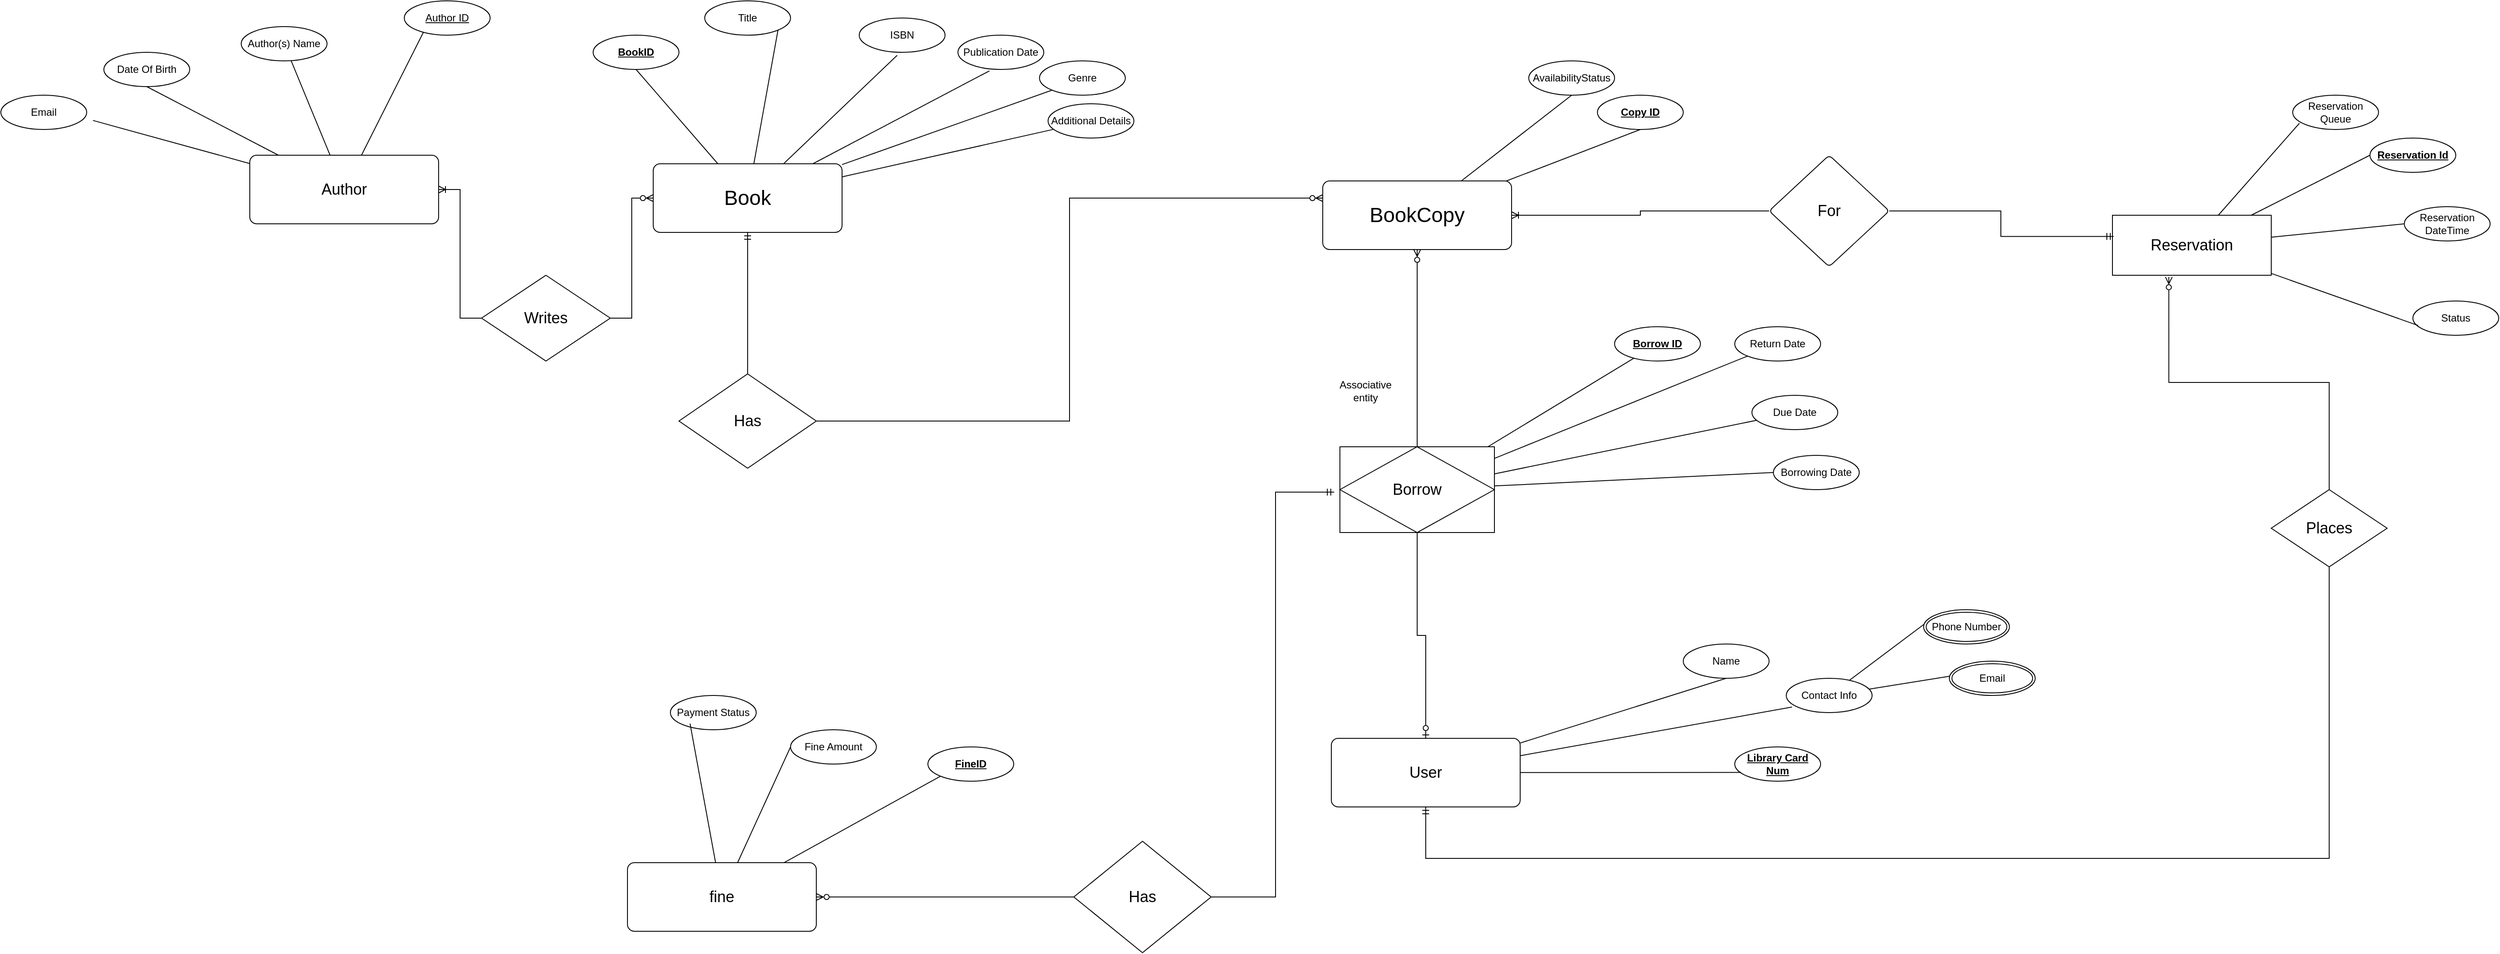
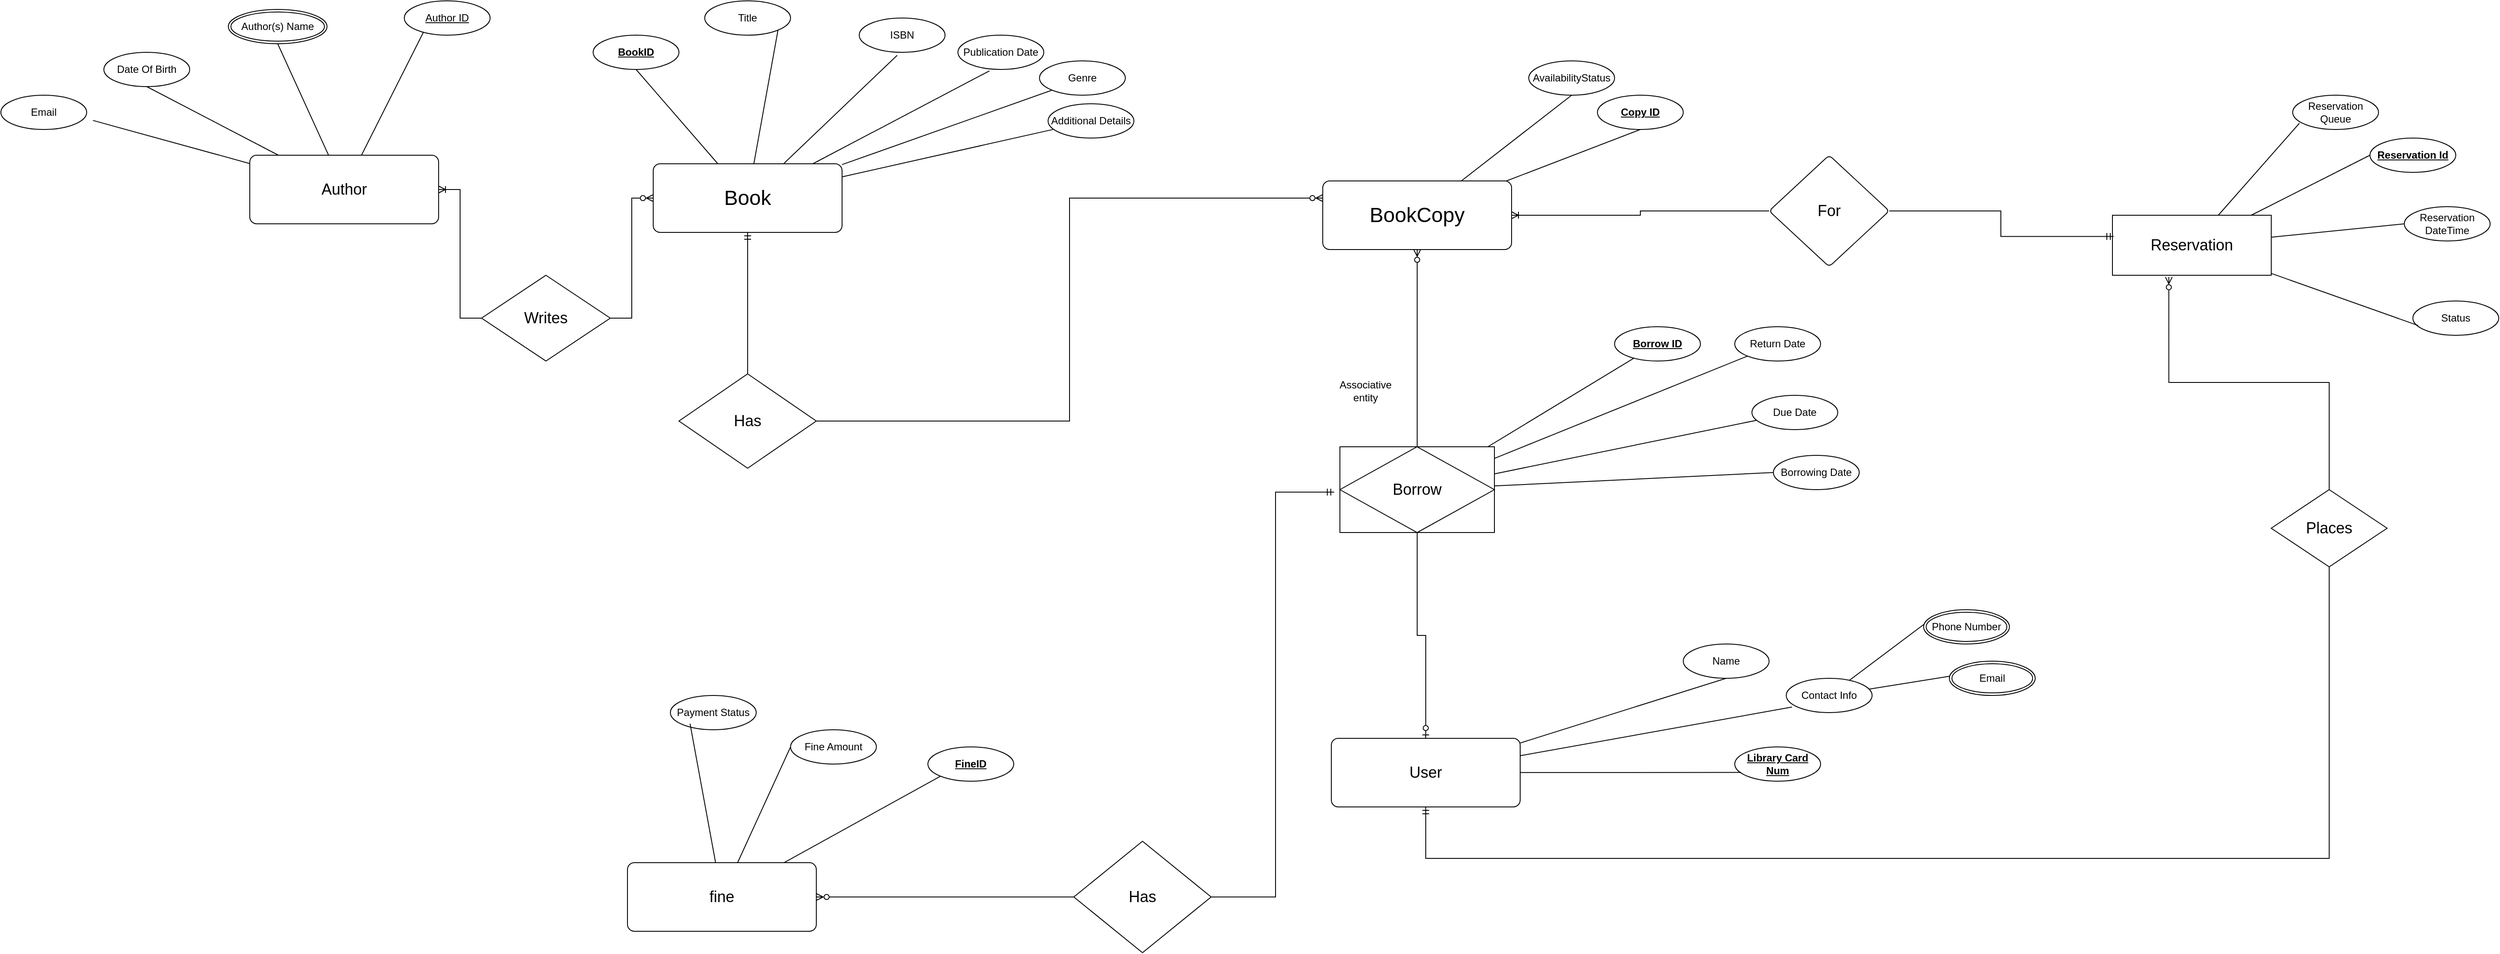
<mxfile host="app.diagrams.net">
  <diagram name="Page-1" id="B9Nwf9ZPLkXmfYra15Gt">
    <mxGraphModel dx="2298" dy="1789" grid="1" gridSize="10" guides="1" tooltips="1" connect="1" arrows="1" fold="1" page="1" pageScale="1" pageWidth="850" pageHeight="1100" math="0" shadow="0">
      <root>
        <mxCell id="0" />
        <mxCell id="1" parent="0" />
        <mxCell id="yqGJgnaFVJ7uCynHO3OM-8" edge="1" parent="1" source="yqGJgnaFVJ7uCynHO3OM-1" style="rounded=0;orthogonalLoop=1;jettySize=auto;html=1;entryX=0.5;entryY=1;entryDx=0;entryDy=0;endArrow=none;endFill=0;" target="yqGJgnaFVJ7uCynHO3OM-7">
          <mxGeometry relative="1" as="geometry" />
        </mxCell>
        <mxCell id="yqGJgnaFVJ7uCynHO3OM-9" edge="1" parent="1" source="yqGJgnaFVJ7uCynHO3OM-1" style="rounded=0;orthogonalLoop=1;jettySize=auto;html=1;entryX=1;entryY=1;entryDx=0;entryDy=0;endArrow=none;endFill=0;" target="yqGJgnaFVJ7uCynHO3OM-6">
          <mxGeometry relative="1" as="geometry" />
        </mxCell>
        <mxCell id="yqGJgnaFVJ7uCynHO3OM-14" edge="1" parent="1" source="yqGJgnaFVJ7uCynHO3OM-1" style="rounded=0;orthogonalLoop=1;jettySize=auto;html=1;entryX=0;entryY=1;entryDx=0;entryDy=0;endArrow=none;endFill=0;" target="yqGJgnaFVJ7uCynHO3OM-5">
          <mxGeometry relative="1" as="geometry" />
        </mxCell>
        <mxCell id="yqGJgnaFVJ7uCynHO3OM-16" edge="1" parent="1" source="yqGJgnaFVJ7uCynHO3OM-1" style="rounded=0;orthogonalLoop=1;jettySize=auto;html=1;endArrow=none;endFill=0;" target="yqGJgnaFVJ7uCynHO3OM-15">
          <mxGeometry relative="1" as="geometry" />
        </mxCell>
        <mxCell id="yqGJgnaFVJ7uCynHO3OM-65" edge="1" parent="1" source="yqGJgnaFVJ7uCynHO3OM-1" style="edgeStyle=orthogonalEdgeStyle;rounded=0;orthogonalLoop=1;jettySize=auto;html=1;startArrow=ERmandOne;startFill=0;endArrow=none;endFill=0;" target="yqGJgnaFVJ7uCynHO3OM-64">
          <mxGeometry relative="1" as="geometry" />
        </mxCell>
        <mxCell id="yqGJgnaFVJ7uCynHO3OM-1" parent="1" style="rounded=1;arcSize=10;whiteSpace=wrap;html=1;align=center;" value="&lt;font style=&quot;font-size: 24px;&quot;&gt;Book&lt;/font&gt;" vertex="1">
          <mxGeometry height="80" width="220" x="-30" y="110" as="geometry" />
        </mxCell>
-         <mxCell id="yqGJgnaFVJ7uCynHO3OM-2" parent="1" style="ellipse;whiteSpace=wrap;html=1;align=center;" value="Author(s) Name" vertex="1">
-           <mxGeometry height="40" width="100" x="-510" y="-50" as="geometry" />
-         </mxCell>
        <mxCell id="yqGJgnaFVJ7uCynHO3OM-3" parent="1" style="ellipse;whiteSpace=wrap;html=1;align=center;" value="ISBN" vertex="1">
          <mxGeometry height="40" width="100" x="210" y="-60" as="geometry" />
        </mxCell>
        <mxCell id="yqGJgnaFVJ7uCynHO3OM-4" parent="1" style="ellipse;whiteSpace=wrap;html=1;align=center;" value="Publication Date" vertex="1">
          <mxGeometry height="40" width="100" x="325" y="-40" as="geometry" />
        </mxCell>
        <mxCell id="yqGJgnaFVJ7uCynHO3OM-5" parent="1" style="ellipse;whiteSpace=wrap;html=1;align=center;" value="Genre" vertex="1">
          <mxGeometry height="40" width="100" x="420" y="-10" as="geometry" />
        </mxCell>
        <mxCell id="yqGJgnaFVJ7uCynHO3OM-6" parent="1" style="ellipse;whiteSpace=wrap;html=1;align=center;" value="Title" vertex="1">
          <mxGeometry height="40" width="100" x="30" y="-80" as="geometry" />
        </mxCell>
        <mxCell id="yqGJgnaFVJ7uCynHO3OM-7" parent="1" style="ellipse;whiteSpace=wrap;html=1;align=center;" value="&lt;b&gt;&lt;u&gt;BookID&lt;/u&gt;&lt;/b&gt;" vertex="1">
          <mxGeometry height="40" width="100" x="-100" y="-40" as="geometry" />
        </mxCell>
        <mxCell id="yqGJgnaFVJ7uCynHO3OM-12" edge="1" parent="1" source="yqGJgnaFVJ7uCynHO3OM-1" style="rounded=0;orthogonalLoop=1;jettySize=auto;html=1;entryX=0.442;entryY=1.088;entryDx=0;entryDy=0;entryPerimeter=0;endArrow=none;endFill=0;" target="yqGJgnaFVJ7uCynHO3OM-3">
          <mxGeometry relative="1" as="geometry" />
        </mxCell>
        <mxCell id="yqGJgnaFVJ7uCynHO3OM-13" edge="1" parent="1" source="yqGJgnaFVJ7uCynHO3OM-1" style="rounded=0;orthogonalLoop=1;jettySize=auto;html=1;entryX=0.367;entryY=1.041;entryDx=0;entryDy=0;entryPerimeter=0;endArrow=none;endFill=0;" target="yqGJgnaFVJ7uCynHO3OM-4">
          <mxGeometry relative="1" as="geometry" />
        </mxCell>
        <mxCell id="yqGJgnaFVJ7uCynHO3OM-15" parent="1" style="ellipse;whiteSpace=wrap;html=1;align=center;" value="&lt;div&gt;Additional Details&lt;/div&gt;" vertex="1">
          <mxGeometry height="40" width="100" x="430" y="40" as="geometry" />
        </mxCell>
        <mxCell id="yqGJgnaFVJ7uCynHO3OM-19" edge="1" parent="1" source="yqGJgnaFVJ7uCynHO3OM-17" style="rounded=0;orthogonalLoop=1;jettySize=auto;html=1;entryX=0.5;entryY=1;entryDx=0;entryDy=0;endArrow=none;endFill=0;" target="yqGJgnaFVJ7uCynHO3OM-18">
          <mxGeometry relative="1" as="geometry" />
        </mxCell>
        <mxCell id="yqGJgnaFVJ7uCynHO3OM-21" edge="1" parent="1" source="yqGJgnaFVJ7uCynHO3OM-17" style="rounded=0;orthogonalLoop=1;jettySize=auto;html=1;entryX=0.5;entryY=1;entryDx=0;entryDy=0;endArrow=none;endFill=0;" target="yqGJgnaFVJ7uCynHO3OM-20">
          <mxGeometry relative="1" as="geometry" />
        </mxCell>
        <mxCell id="yqGJgnaFVJ7uCynHO3OM-77" edge="1" parent="1" source="yqGJgnaFVJ7uCynHO3OM-17" style="edgeStyle=orthogonalEdgeStyle;rounded=0;orthogonalLoop=1;jettySize=auto;html=1;endArrow=none;endFill=0;startArrow=ERoneToMany;startFill=0;" target="yqGJgnaFVJ7uCynHO3OM-76" value="">
          <mxGeometry relative="1" as="geometry" />
        </mxCell>
        <mxCell id="yqGJgnaFVJ7uCynHO3OM-17" parent="1" style="rounded=1;arcSize=10;whiteSpace=wrap;html=1;align=center;" value="&lt;font style=&quot;font-size: 24px;&quot;&gt;BookCopy&lt;/font&gt;" vertex="1">
          <mxGeometry height="80" width="220" x="750" y="130" as="geometry" />
        </mxCell>
        <mxCell id="yqGJgnaFVJ7uCynHO3OM-18" parent="1" style="ellipse;whiteSpace=wrap;html=1;align=center;" value="&lt;u&gt;&lt;b&gt;Copy ID&lt;/b&gt;&lt;/u&gt;" vertex="1">
          <mxGeometry height="40" width="100" x="1070" y="30" as="geometry" />
        </mxCell>
        <mxCell id="yqGJgnaFVJ7uCynHO3OM-20" parent="1" style="ellipse;whiteSpace=wrap;html=1;align=center;" value="&lt;div&gt;AvailabilityStatus &lt;/div&gt;" vertex="1">
          <mxGeometry height="40" width="100" x="990" y="-10" as="geometry" />
        </mxCell>
        <mxCell id="yqGJgnaFVJ7uCynHO3OM-24" edge="1" parent="1" source="yqGJgnaFVJ7uCynHO3OM-22" style="rounded=0;orthogonalLoop=1;jettySize=auto;html=1;entryX=0.5;entryY=1;entryDx=0;entryDy=0;endArrow=none;endFill=0;" target="yqGJgnaFVJ7uCynHO3OM-23">
          <mxGeometry relative="1" as="geometry" />
        </mxCell>
        <mxCell id="yqGJgnaFVJ7uCynHO3OM-62" edge="1" parent="1" source="yqGJgnaFVJ7uCynHO3OM-33" style="edgeStyle=orthogonalEdgeStyle;rounded=0;orthogonalLoop=1;jettySize=auto;html=1;entryX=1;entryY=0.5;entryDx=0;entryDy=0;endArrow=none;endFill=0;startArrow=ERmandOne;startFill=0;exitX=-0.037;exitY=0.529;exitDx=0;exitDy=0;exitPerimeter=0;" target="yqGJgnaFVJ7uCynHO3OM-61">
          <mxGeometry relative="1" as="geometry" />
        </mxCell>
        <mxCell id="yqGJgnaFVJ7uCynHO3OM-90" edge="1" parent="1" source="yqGJgnaFVJ7uCynHO3OM-22" style="edgeStyle=orthogonalEdgeStyle;rounded=0;orthogonalLoop=1;jettySize=auto;html=1;entryX=0.5;entryY=1;entryDx=0;entryDy=0;endArrow=none;endFill=0;startArrow=ERmandOne;startFill=0;" target="yqGJgnaFVJ7uCynHO3OM-89">
          <mxGeometry relative="1" as="geometry">
            <Array as="points">
              <mxPoint x="870" y="920" />
              <mxPoint x="1922.55" y="920" />
            </Array>
          </mxGeometry>
        </mxCell>
        <mxCell id="yqGJgnaFVJ7uCynHO3OM-22" parent="1" style="rounded=1;arcSize=10;whiteSpace=wrap;html=1;align=center;" value="&lt;font style=&quot;font-size: 18px;&quot;&gt;User&lt;/font&gt;" vertex="1">
          <mxGeometry height="80" width="220" x="760" y="780" as="geometry" />
        </mxCell>
        <mxCell id="yqGJgnaFVJ7uCynHO3OM-23" parent="1" style="ellipse;whiteSpace=wrap;html=1;align=center;" value="Name" vertex="1">
          <mxGeometry height="40" width="100" x="1170" y="670" as="geometry" />
        </mxCell>
        <mxCell id="yqGJgnaFVJ7uCynHO3OM-44" edge="1" parent="1" source="yqGJgnaFVJ7uCynHO3OM-26" style="rounded=0;orthogonalLoop=1;jettySize=auto;html=1;endArrow=none;endFill=0;entryX=0.005;entryY=0.425;entryDx=0;entryDy=0;entryPerimeter=0;" target="uUi9bw1wtk8PfAUnjRbH-2" value="">
          <mxGeometry relative="1" as="geometry">
            <mxPoint x="1419.6446614452443" y="658.2676115234988" as="targetPoint" />
          </mxGeometry>
        </mxCell>
        <mxCell id="yqGJgnaFVJ7uCynHO3OM-26" parent="1" style="ellipse;whiteSpace=wrap;html=1;align=center;" value="Contact Info" vertex="1">
          <mxGeometry height="40" width="100" x="1290" y="710" as="geometry" />
        </mxCell>
        <mxCell id="yqGJgnaFVJ7uCynHO3OM-29" edge="1" parent="1" source="yqGJgnaFVJ7uCynHO3OM-22" style="rounded=0;orthogonalLoop=1;jettySize=auto;html=1;entryX=0.067;entryY=0.838;entryDx=0;entryDy=0;entryPerimeter=0;endArrow=none;endFill=0;" target="yqGJgnaFVJ7uCynHO3OM-26">
          <mxGeometry relative="1" as="geometry" />
        </mxCell>
        <mxCell id="yqGJgnaFVJ7uCynHO3OM-30" parent="1" style="ellipse;whiteSpace=wrap;html=1;align=center;" value="&lt;u&gt;&lt;b&gt;Library Card Num&lt;/b&gt;&lt;/u&gt;" vertex="1">
          <mxGeometry height="40" width="100" x="1230" y="790" as="geometry" />
        </mxCell>
        <mxCell id="yqGJgnaFVJ7uCynHO3OM-31" edge="1" parent="1" source="yqGJgnaFVJ7uCynHO3OM-22" style="rounded=0;orthogonalLoop=1;jettySize=auto;html=1;entryX=0.073;entryY=0.744;entryDx=0;entryDy=0;entryPerimeter=0;endArrow=none;endFill=0;" target="yqGJgnaFVJ7uCynHO3OM-30">
          <mxGeometry relative="1" as="geometry" />
        </mxCell>
        <mxCell id="yqGJgnaFVJ7uCynHO3OM-48" edge="1" parent="1" source="yqGJgnaFVJ7uCynHO3OM-33" style="rounded=0;orthogonalLoop=1;jettySize=auto;html=1;endArrow=none;endFill=0;" target="yqGJgnaFVJ7uCynHO3OM-40">
          <mxGeometry relative="1" as="geometry" />
        </mxCell>
        <mxCell id="yqGJgnaFVJ7uCynHO3OM-49" edge="1" parent="1" source="yqGJgnaFVJ7uCynHO3OM-33" style="rounded=0;orthogonalLoop=1;jettySize=auto;html=1;endArrow=none;endFill=0;" target="yqGJgnaFVJ7uCynHO3OM-36">
          <mxGeometry relative="1" as="geometry" />
        </mxCell>
        <mxCell id="uUi9bw1wtk8PfAUnjRbH-9" edge="1" parent="1" source="yqGJgnaFVJ7uCynHO3OM-33" style="rounded=0;orthogonalLoop=1;jettySize=auto;html=1;endArrow=none;endFill=0;" target="uUi9bw1wtk8PfAUnjRbH-8">
          <mxGeometry relative="1" as="geometry" />
        </mxCell>
        <mxCell id="yqGJgnaFVJ7uCynHO3OM-33" parent="1" style="shape=associativeEntity;whiteSpace=wrap;html=1;align=center;" value="&lt;font style=&quot;font-size: 18px;&quot;&gt;Borrow&lt;/font&gt;" vertex="1">
          <mxGeometry height="100" width="180" x="770" y="440" as="geometry" />
        </mxCell>
        <mxCell id="yqGJgnaFVJ7uCynHO3OM-36" parent="1" style="ellipse;whiteSpace=wrap;html=1;align=center;" value="Return Date" vertex="1">
          <mxGeometry height="40" width="100" x="1230" y="300" as="geometry" />
        </mxCell>
        <mxCell id="yqGJgnaFVJ7uCynHO3OM-39" parent="1" style="ellipse;whiteSpace=wrap;html=1;align=center;" value="Borrowing Date" vertex="1">
          <mxGeometry height="40" width="100" x="1275" y="450" as="geometry" />
        </mxCell>
        <mxCell id="yqGJgnaFVJ7uCynHO3OM-40" parent="1" style="ellipse;whiteSpace=wrap;html=1;align=center;" value="Due Date" vertex="1">
          <mxGeometry height="40" width="100" x="1250" y="380" as="geometry" />
        </mxCell>
        <mxCell id="yqGJgnaFVJ7uCynHO3OM-46" edge="1" parent="1" source="yqGJgnaFVJ7uCynHO3OM-26" style="rounded=0;orthogonalLoop=1;jettySize=auto;html=1;entryX=0.063;entryY=0.415;entryDx=0;entryDy=0;entryPerimeter=0;endArrow=none;endFill=0;" target="uUi9bw1wtk8PfAUnjRbH-1">
          <mxGeometry relative="1" as="geometry">
            <mxPoint x="1509.1999999999998" y="696.6399999999999" as="targetPoint" />
          </mxGeometry>
        </mxCell>
        <mxCell id="yqGJgnaFVJ7uCynHO3OM-47" edge="1" parent="1" source="yqGJgnaFVJ7uCynHO3OM-33" style="rounded=0;orthogonalLoop=1;jettySize=auto;html=1;entryX=0;entryY=0.5;entryDx=0;entryDy=0;endArrow=none;endFill=0;" target="yqGJgnaFVJ7uCynHO3OM-39">
          <mxGeometry relative="1" as="geometry" />
        </mxCell>
        <mxCell id="yqGJgnaFVJ7uCynHO3OM-54" edge="1" parent="1" source="yqGJgnaFVJ7uCynHO3OM-50" style="rounded=0;orthogonalLoop=1;jettySize=auto;html=1;entryX=0;entryY=0.5;entryDx=0;entryDy=0;endArrow=none;endFill=0;" target="yqGJgnaFVJ7uCynHO3OM-53">
          <mxGeometry relative="1" as="geometry" />
        </mxCell>
        <mxCell id="yqGJgnaFVJ7uCynHO3OM-87" edge="1" parent="1" source="yqGJgnaFVJ7uCynHO3OM-50" style="rounded=0;orthogonalLoop=1;jettySize=auto;html=1;entryX=0;entryY=1;entryDx=0;entryDy=0;endArrow=none;endFill=0;" target="yqGJgnaFVJ7uCynHO3OM-86">
          <mxGeometry relative="1" as="geometry" />
        </mxCell>
        <mxCell id="yqGJgnaFVJ7uCynHO3OM-50" parent="1" style="rounded=1;arcSize=10;whiteSpace=wrap;html=1;align=center;" value="&lt;font style=&quot;font-size: 18px;&quot;&gt;fine&lt;/font&gt;" vertex="1">
          <mxGeometry height="80" width="220" x="-60" y="925" as="geometry" />
        </mxCell>
        <mxCell id="yqGJgnaFVJ7uCynHO3OM-51" parent="1" style="ellipse;whiteSpace=wrap;html=1;align=center;" value="Payment Status" vertex="1">
          <mxGeometry height="40" width="100" x="-10" y="730" as="geometry" />
        </mxCell>
        <mxCell id="yqGJgnaFVJ7uCynHO3OM-52" edge="1" parent="1" source="yqGJgnaFVJ7uCynHO3OM-50" style="rounded=0;orthogonalLoop=1;jettySize=auto;html=1;entryX=0.229;entryY=0.822;entryDx=0;entryDy=0;entryPerimeter=0;endArrow=none;endFill=0;" target="yqGJgnaFVJ7uCynHO3OM-51">
          <mxGeometry relative="1" as="geometry" />
        </mxCell>
        <mxCell id="yqGJgnaFVJ7uCynHO3OM-53" parent="1" style="ellipse;whiteSpace=wrap;html=1;align=center;" value="Fine Amount" vertex="1">
          <mxGeometry height="40" width="100" x="130" y="770" as="geometry" />
        </mxCell>
        <mxCell id="yqGJgnaFVJ7uCynHO3OM-57" edge="1" parent="1" source="yqGJgnaFVJ7uCynHO3OM-22" style="edgeStyle=orthogonalEdgeStyle;rounded=0;orthogonalLoop=1;jettySize=auto;html=1;entryX=0.5;entryY=1;entryDx=0;entryDy=0;endArrow=none;endFill=0;startArrow=ERzeroToOne;startFill=0;" target="yqGJgnaFVJ7uCynHO3OM-33">
          <mxGeometry relative="1" as="geometry" />
        </mxCell>
        <mxCell id="yqGJgnaFVJ7uCynHO3OM-59" edge="1" parent="1" source="yqGJgnaFVJ7uCynHO3OM-17" style="edgeStyle=orthogonalEdgeStyle;rounded=0;orthogonalLoop=1;jettySize=auto;html=1;entryX=0.5;entryY=0;entryDx=0;entryDy=0;endArrow=none;endFill=0;startArrow=ERzeroToMany;startFill=0;" target="yqGJgnaFVJ7uCynHO3OM-33">
          <mxGeometry relative="1" as="geometry" />
        </mxCell>
        <mxCell id="yqGJgnaFVJ7uCynHO3OM-63" edge="1" parent="1" source="yqGJgnaFVJ7uCynHO3OM-61" style="edgeStyle=orthogonalEdgeStyle;rounded=0;orthogonalLoop=1;jettySize=auto;html=1;entryX=1;entryY=0.5;entryDx=0;entryDy=0;endArrow=ERzeroToMany;endFill=0;startArrow=none;startFill=0;" target="yqGJgnaFVJ7uCynHO3OM-50">
          <mxGeometry relative="1" as="geometry" />
        </mxCell>
        <mxCell id="yqGJgnaFVJ7uCynHO3OM-61" parent="1" style="shape=rhombus;perimeter=rhombusPerimeter;whiteSpace=wrap;html=1;align=center;" value="&lt;font style=&quot;font-size: 18px;&quot;&gt;Has&lt;/font&gt;" vertex="1">
          <mxGeometry height="130" width="160" x="460" y="900" as="geometry" />
        </mxCell>
        <mxCell id="yqGJgnaFVJ7uCynHO3OM-66" edge="1" parent="1" source="yqGJgnaFVJ7uCynHO3OM-64" style="edgeStyle=orthogonalEdgeStyle;rounded=0;orthogonalLoop=1;jettySize=auto;html=1;entryX=0;entryY=0.25;entryDx=0;entryDy=0;endArrow=ERzeroToMany;endFill=0;" target="yqGJgnaFVJ7uCynHO3OM-17">
          <mxGeometry relative="1" as="geometry" />
        </mxCell>
        <mxCell id="yqGJgnaFVJ7uCynHO3OM-64" parent="1" style="shape=rhombus;perimeter=rhombusPerimeter;whiteSpace=wrap;html=1;align=center;" value="&lt;font style=&quot;font-size: 18px;&quot;&gt;Has&lt;/font&gt;" vertex="1">
          <mxGeometry height="110" width="160" y="355" as="geometry" />
        </mxCell>
        <mxCell id="yqGJgnaFVJ7uCynHO3OM-70" edge="1" parent="1" source="yqGJgnaFVJ7uCynHO3OM-68" style="rounded=0;orthogonalLoop=1;jettySize=auto;html=1;entryX=0;entryY=0.5;entryDx=0;entryDy=0;endArrow=none;endFill=0;" target="yqGJgnaFVJ7uCynHO3OM-69">
          <mxGeometry relative="1" as="geometry" />
        </mxCell>
        <mxCell id="yqGJgnaFVJ7uCynHO3OM-68" parent="1" style="whiteSpace=wrap;html=1;" value="&lt;font style=&quot;font-size: 18px;&quot;&gt;Reservation&lt;/font&gt;" vertex="1">
          <mxGeometry height="70" width="185" x="1670" y="170" as="geometry" />
        </mxCell>
        <mxCell id="yqGJgnaFVJ7uCynHO3OM-69" parent="1" style="ellipse;whiteSpace=wrap;html=1;align=center;" value="&lt;b&gt;&lt;u&gt;Reservation Id&lt;/u&gt;&lt;/b&gt;" vertex="1">
          <mxGeometry height="40" width="100" x="1970" y="80" as="geometry" />
        </mxCell>
        <mxCell id="yqGJgnaFVJ7uCynHO3OM-71" parent="1" style="ellipse;whiteSpace=wrap;html=1;align=center;" value="Reservation DateTime" vertex="1">
          <mxGeometry height="40" width="100" x="2010" y="160" as="geometry" />
        </mxCell>
        <mxCell id="yqGJgnaFVJ7uCynHO3OM-72" edge="1" parent="1" source="yqGJgnaFVJ7uCynHO3OM-68" style="rounded=0;orthogonalLoop=1;jettySize=auto;html=1;entryX=0;entryY=0.5;entryDx=0;entryDy=0;endArrow=none;endFill=0;" target="yqGJgnaFVJ7uCynHO3OM-71">
          <mxGeometry relative="1" as="geometry" />
        </mxCell>
        <mxCell id="yqGJgnaFVJ7uCynHO3OM-74" parent="1" style="ellipse;whiteSpace=wrap;html=1;align=center;" value="Status" vertex="1">
          <mxGeometry height="40" width="100" x="2020" y="270" as="geometry" />
        </mxCell>
        <mxCell id="yqGJgnaFVJ7uCynHO3OM-75" edge="1" parent="1" source="yqGJgnaFVJ7uCynHO3OM-68" style="rounded=0;orthogonalLoop=1;jettySize=auto;html=1;entryX=0.061;entryY=0.714;entryDx=0;entryDy=0;entryPerimeter=0;endArrow=none;endFill=0;" target="yqGJgnaFVJ7uCynHO3OM-74">
          <mxGeometry relative="1" as="geometry" />
        </mxCell>
        <mxCell id="yqGJgnaFVJ7uCynHO3OM-76" parent="1" style="rhombus;whiteSpace=wrap;html=1;rounded=1;arcSize=10;" value="&lt;font style=&quot;font-size: 18px;&quot;&gt;For&lt;/font&gt;" vertex="1">
          <mxGeometry height="130" width="140" x="1270" y="100" as="geometry" />
        </mxCell>
        <mxCell id="yqGJgnaFVJ7uCynHO3OM-78" edge="1" parent="1" source="yqGJgnaFVJ7uCynHO3OM-76" style="edgeStyle=orthogonalEdgeStyle;rounded=0;orthogonalLoop=1;jettySize=auto;html=1;entryX=0.008;entryY=0.353;entryDx=0;entryDy=0;entryPerimeter=0;endArrow=ERmandOne;endFill=0;" target="yqGJgnaFVJ7uCynHO3OM-68">
          <mxGeometry relative="1" as="geometry" />
        </mxCell>
-         <mxCell id="yqGJgnaFVJ7uCynHO3OM-80" edge="1" parent="1" source="yqGJgnaFVJ7uCynHO3OM-79" style="rounded=0;orthogonalLoop=1;jettySize=auto;html=1;endArrow=none;endFill=0;" target="yqGJgnaFVJ7uCynHO3OM-2">
-           <mxGeometry relative="1" as="geometry" />
+         <mxCell id="yqGJgnaFVJ7uCynHO3OM-80" edge="1" parent="1" source="yqGJgnaFVJ7uCynHO3OM-79" style="rounded=0;orthogonalLoop=1;jettySize=auto;html=1;endArrow=none;endFill=0;entryX=0.5;entryY=1;entryDx=0;entryDy=0;" target="uUi9bw1wtk8PfAUnjRbH-16">
+           <mxGeometry relative="1" as="geometry">
+             <mxPoint x="-451.8741869893429" y="-10.26588268840419" as="targetPoint" />
+           </mxGeometry>
        </mxCell>
        <mxCell id="yqGJgnaFVJ7uCynHO3OM-84" edge="1" parent="1" source="yqGJgnaFVJ7uCynHO3OM-79" style="edgeStyle=orthogonalEdgeStyle;rounded=0;orthogonalLoop=1;jettySize=auto;html=1;entryX=0;entryY=0.5;entryDx=0;entryDy=0;endArrow=none;endFill=0;startArrow=ERoneToMany;startFill=0;" target="yqGJgnaFVJ7uCynHO3OM-83">
          <mxGeometry relative="1" as="geometry" />
        </mxCell>
        <mxCell id="uUi9bw1wtk8PfAUnjRbH-12" edge="1" parent="1" source="yqGJgnaFVJ7uCynHO3OM-79" style="rounded=0;orthogonalLoop=1;jettySize=auto;html=1;entryX=0.5;entryY=1;entryDx=0;entryDy=0;endArrow=none;endFill=0;" target="uUi9bw1wtk8PfAUnjRbH-11">
          <mxGeometry relative="1" as="geometry" />
        </mxCell>
        <mxCell id="yqGJgnaFVJ7uCynHO3OM-79" parent="1" style="rounded=1;arcSize=10;whiteSpace=wrap;html=1;align=center;" value="&lt;font style=&quot;font-size: 18px;&quot;&gt;Author&lt;/font&gt;" vertex="1">
          <mxGeometry height="80" width="220" x="-500" y="100" as="geometry" />
        </mxCell>
        <mxCell id="yqGJgnaFVJ7uCynHO3OM-81" parent="1" style="ellipse;whiteSpace=wrap;html=1;align=center;" value="&lt;u&gt;Author ID&lt;/u&gt;" vertex="1">
          <mxGeometry height="40" width="100" x="-320" y="-80" as="geometry" />
        </mxCell>
        <mxCell id="yqGJgnaFVJ7uCynHO3OM-82" edge="1" parent="1" source="yqGJgnaFVJ7uCynHO3OM-79" style="rounded=0;orthogonalLoop=1;jettySize=auto;html=1;entryX=0.222;entryY=0.918;entryDx=0;entryDy=0;entryPerimeter=0;endArrow=none;endFill=0;" target="yqGJgnaFVJ7uCynHO3OM-81">
          <mxGeometry relative="1" as="geometry" />
        </mxCell>
        <mxCell id="yqGJgnaFVJ7uCynHO3OM-85" edge="1" parent="1" source="yqGJgnaFVJ7uCynHO3OM-83" style="edgeStyle=orthogonalEdgeStyle;rounded=0;orthogonalLoop=1;jettySize=auto;html=1;entryX=0;entryY=0.5;entryDx=0;entryDy=0;endArrow=ERzeroToMany;endFill=0;" target="yqGJgnaFVJ7uCynHO3OM-1">
          <mxGeometry relative="1" as="geometry" />
        </mxCell>
        <mxCell id="yqGJgnaFVJ7uCynHO3OM-83" parent="1" style="shape=rhombus;perimeter=rhombusPerimeter;whiteSpace=wrap;html=1;align=center;" value="&lt;font style=&quot;font-size: 18px;&quot;&gt;Writes&lt;/font&gt;" vertex="1">
          <mxGeometry height="100" width="150" x="-230" y="240" as="geometry" />
        </mxCell>
        <mxCell id="yqGJgnaFVJ7uCynHO3OM-86" parent="1" style="ellipse;whiteSpace=wrap;html=1;align=center;" value="&lt;b&gt;&lt;u&gt;FineID&lt;/u&gt;&lt;/b&gt;" vertex="1">
          <mxGeometry height="40" width="100" x="290" y="790" as="geometry" />
        </mxCell>
        <mxCell id="yqGJgnaFVJ7uCynHO3OM-89" parent="1" style="shape=rhombus;perimeter=rhombusPerimeter;whiteSpace=wrap;html=1;align=center;" value="&lt;font style=&quot;font-size: 18px;&quot;&gt;Places&lt;/font&gt;" vertex="1">
          <mxGeometry height="90" width="135" x="1855" y="490" as="geometry" />
        </mxCell>
        <mxCell id="yqGJgnaFVJ7uCynHO3OM-91" edge="1" parent="1" source="yqGJgnaFVJ7uCynHO3OM-89" style="edgeStyle=orthogonalEdgeStyle;rounded=0;orthogonalLoop=1;jettySize=auto;html=1;entryX=0.355;entryY=1.028;entryDx=0;entryDy=0;entryPerimeter=0;endArrow=ERzeroToMany;endFill=0;startArrow=none;startFill=0;" target="yqGJgnaFVJ7uCynHO3OM-68">
          <mxGeometry relative="1" as="geometry" />
        </mxCell>
        <mxCell id="uUi9bw1wtk8PfAUnjRbH-1" parent="1" style="ellipse;shape=doubleEllipse;margin=3;whiteSpace=wrap;html=1;align=center;" value="Email" vertex="1">
          <mxGeometry height="40" width="100" x="1480" y="690" as="geometry" />
        </mxCell>
        <mxCell id="uUi9bw1wtk8PfAUnjRbH-2" parent="1" style="ellipse;shape=doubleEllipse;margin=3;whiteSpace=wrap;html=1;align=center;" value="Phone Number" vertex="1">
          <mxGeometry height="40" width="100" x="1450" y="630" as="geometry" />
        </mxCell>
        <mxCell id="uUi9bw1wtk8PfAUnjRbH-3" parent="1" style="ellipse;whiteSpace=wrap;html=1;align=center;" value="Reservation Queue" vertex="1">
          <mxGeometry height="40" width="100" x="1880" y="30" as="geometry" />
        </mxCell>
        <mxCell id="uUi9bw1wtk8PfAUnjRbH-4" edge="1" parent="1" source="yqGJgnaFVJ7uCynHO3OM-68" style="rounded=0;orthogonalLoop=1;jettySize=auto;html=1;entryX=0.078;entryY=0.819;entryDx=0;entryDy=0;entryPerimeter=0;endArrow=none;endFill=0;" target="uUi9bw1wtk8PfAUnjRbH-3">
          <mxGeometry relative="1" as="geometry" />
        </mxCell>
        <mxCell id="uUi9bw1wtk8PfAUnjRbH-8" parent="1" style="ellipse;whiteSpace=wrap;html=1;align=center;" value="&lt;b&gt;&lt;u&gt;Borrow ID&lt;/u&gt;&lt;/b&gt;" vertex="1">
          <mxGeometry height="40" width="100" x="1090" y="300" as="geometry" />
        </mxCell>
        <mxCell id="uUi9bw1wtk8PfAUnjRbH-10" parent="1" style="text;html=1;whiteSpace=wrap;strokeColor=none;fillColor=none;align=center;verticalAlign=middle;rounded=0;" value="Associative entity" vertex="1">
          <mxGeometry height="30" width="60" x="770" y="360" as="geometry" />
        </mxCell>
        <mxCell id="uUi9bw1wtk8PfAUnjRbH-11" parent="1" style="ellipse;whiteSpace=wrap;html=1;align=center;" value="Date Of Birth" vertex="1">
          <mxGeometry height="40" width="100" x="-670" y="-20" as="geometry" />
        </mxCell>
        <mxCell id="uUi9bw1wtk8PfAUnjRbH-13" parent="1" style="ellipse;whiteSpace=wrap;html=1;align=center;" value="Email" vertex="1">
          <mxGeometry height="40" width="100" x="-790" y="30" as="geometry" />
        </mxCell>
        <mxCell id="uUi9bw1wtk8PfAUnjRbH-14" edge="1" parent="1" source="yqGJgnaFVJ7uCynHO3OM-79" style="rounded=0;orthogonalLoop=1;jettySize=auto;html=1;entryX=1.073;entryY=0.736;entryDx=0;entryDy=0;entryPerimeter=0;endArrow=none;endFill=0;" target="uUi9bw1wtk8PfAUnjRbH-13">
          <mxGeometry relative="1" as="geometry" />
+         </mxCell>
+         <mxCell id="uUi9bw1wtk8PfAUnjRbH-16" parent="1" style="ellipse;shape=doubleEllipse;margin=3;whiteSpace=wrap;html=1;align=center;" value="Author(s) Name" vertex="1">
+           <mxGeometry height="40" width="115" x="-525" y="-70" as="geometry" />
        </mxCell>
      </root>
    </mxGraphModel>
  </diagram>
</mxfile>
